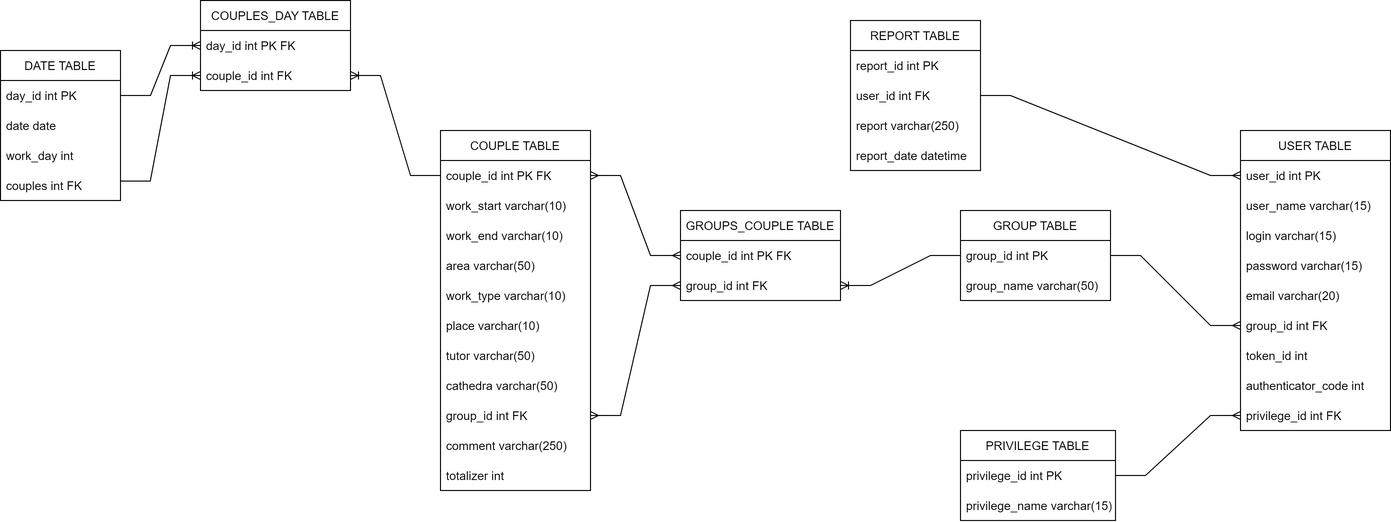
The draw.io diagram BackendApi/БД.drawio.png in MuivTimetable/-Documentation, before a commit. Source tidied: cells renumbered, new cells last; positions are measured from the earlier drawing's top-left corner, leaving out a move shared by most shapes. The source it was exported from:
```xml
<mxGraphModel>
  <root>
    <mxCell id="0" />
    <mxCell id="1" parent="0" />
    <mxCell id="2" value="DATE TABLE" style="swimlane;fontStyle=0;horizontal=1;startSize=30;" parent="1" vertex="1">
      <mxGeometry y="50" width="120" height="150" as="geometry" />
    </mxCell>
    <mxCell id="3" value="day_id int PK" style="text;strokeColor=none;fillColor=none;align=left;verticalAlign=middle;spacingLeft=4;spacingRight=4;overflow=hidden;points=[[0,0.5],[1,0.5]];portConstraint=eastwest;" parent="2" vertex="1">
      <mxGeometry y="30" width="120" height="30" as="geometry" />
    </mxCell>
    <mxCell id="4" value="date date" style="text;strokeColor=none;fillColor=none;align=left;verticalAlign=middle;spacingLeft=4;spacingRight=4;overflow=hidden;" parent="2" vertex="1">
      <mxGeometry y="60" width="120" height="30" as="geometry" />
    </mxCell>
    <mxCell id="5" value="work_day int" style="text;strokeColor=none;fillColor=none;align=left;verticalAlign=middle;spacingLeft=4;spacingRight=4;overflow=hidden;" parent="2" vertex="1">
      <mxGeometry y="90" width="120" height="30" as="geometry" />
    </mxCell>
    <mxCell id="6" value="couples int FK" style="text;strokeColor=none;fillColor=none;align=left;verticalAlign=middle;spacingLeft=4;spacingRight=4;overflow=hidden;points=[[0,0.5],[1,0.5]];portConstraint=eastwest;" parent="2" vertex="1">
      <mxGeometry y="120" width="120" height="30" as="geometry" />
    </mxCell>
    <mxCell id="7" value="COUPLES_DAY TABLE" style="swimlane;fontStyle=0;horizontal=1;startSize=30;" parent="1" vertex="1">
      <mxGeometry x="200" width="150" height="90" as="geometry" />
    </mxCell>
    <mxCell id="8" value="day_id int PK FK" style="text;strokeColor=none;fillColor=none;align=left;verticalAlign=middle;spacingLeft=4;spacingRight=4;overflow=hidden;points=[[0,0.5],[1,0.5]];portConstraint=eastwest;" parent="7" vertex="1">
      <mxGeometry y="30" width="150" height="30" as="geometry" />
    </mxCell>
    <mxCell id="9" value="couple_id int FK" style="text;strokeColor=none;fillColor=none;align=left;verticalAlign=middle;spacingLeft=4;spacingRight=4;overflow=hidden;points=[[0,0.5],[1,0.5]];portConstraint=eastwest;" parent="7" vertex="1">
      <mxGeometry y="60" width="150" height="30" as="geometry" />
    </mxCell>
    <mxCell id="10" value="COUPLE TABLE" style="swimlane;fontStyle=0;horizontal=1;startSize=30;" parent="1" vertex="1">
      <mxGeometry x="440" y="130" width="150" height="360" as="geometry" />
    </mxCell>
    <mxCell id="11" value="couple_id int PK FK" style="text;strokeColor=none;fillColor=none;align=left;verticalAlign=middle;spacingLeft=4;spacingRight=4;overflow=hidden;points=[[0,0.5],[1,0.5]];portConstraint=eastwest;" parent="10" vertex="1">
      <mxGeometry y="30" width="150" height="30" as="geometry" />
    </mxCell>
    <mxCell id="12" value="work_start varchar(10)" style="text;strokeColor=none;fillColor=none;align=left;verticalAlign=middle;spacingLeft=4;spacingRight=4;overflow=hidden;" parent="10" vertex="1">
      <mxGeometry y="60" width="150" height="30" as="geometry" />
    </mxCell>
    <mxCell id="13" value="work_end varchar(10)" style="text;strokeColor=none;fillColor=none;align=left;verticalAlign=middle;spacingLeft=4;spacingRight=4;overflow=hidden;" parent="10" vertex="1">
      <mxGeometry y="90" width="150" height="30" as="geometry" />
    </mxCell>
    <mxCell id="14" value="area varchar(50)" style="text;strokeColor=none;fillColor=none;align=left;verticalAlign=middle;spacingLeft=4;spacingRight=4;overflow=hidden;" parent="10" vertex="1">
      <mxGeometry y="120" width="150" height="30" as="geometry" />
    </mxCell>
    <mxCell id="15" value="work_type varchar(10)" style="text;strokeColor=none;fillColor=none;align=left;verticalAlign=middle;spacingLeft=4;spacingRight=4;overflow=hidden;" parent="10" vertex="1">
      <mxGeometry y="150" width="150" height="30" as="geometry" />
    </mxCell>
    <mxCell id="16" value="place varchar(10)" style="text;strokeColor=none;fillColor=none;align=left;verticalAlign=middle;spacingLeft=4;spacingRight=4;overflow=hidden;" parent="10" vertex="1">
      <mxGeometry y="180" width="150" height="30" as="geometry" />
    </mxCell>
    <mxCell id="17" value="tutor varchar(50)" style="text;strokeColor=none;fillColor=none;align=left;verticalAlign=middle;spacingLeft=4;spacingRight=4;overflow=hidden;" parent="10" vertex="1">
      <mxGeometry y="210" width="150" height="30" as="geometry" />
    </mxCell>
    <mxCell id="18" value="cathedra varchar(50)" style="text;strokeColor=none;fillColor=none;align=left;verticalAlign=middle;spacingLeft=4;spacingRight=4;overflow=hidden;" parent="10" vertex="1">
      <mxGeometry y="240" width="150" height="30" as="geometry" />
    </mxCell>
    <mxCell id="19" value="group_id int FK" style="text;strokeColor=none;fillColor=none;align=left;verticalAlign=middle;spacingLeft=4;spacingRight=4;overflow=hidden;points=[[0,0.5],[1,0.5]];portConstraint=eastwest;" parent="10" vertex="1">
      <mxGeometry y="270" width="150" height="30" as="geometry" />
    </mxCell>
    <mxCell id="20" value="comment varchar(250)" style="text;strokeColor=none;fillColor=none;align=left;verticalAlign=middle;spacingLeft=4;spacingRight=4;overflow=hidden;" parent="10" vertex="1">
      <mxGeometry y="300" width="150" height="30" as="geometry" />
    </mxCell>
    <mxCell id="21" value="totalizer int" style="text;strokeColor=none;fillColor=none;align=left;verticalAlign=middle;spacingLeft=4;spacingRight=4;overflow=hidden;" parent="10" vertex="1">
      <mxGeometry y="330" width="150" height="30" as="geometry" />
    </mxCell>
    <mxCell id="22" value="GROUPS_COUPLE TABLE" style="swimlane;fontStyle=0;horizontal=1;startSize=30;" parent="1" vertex="1">
      <mxGeometry x="680" y="210" width="160" height="90" as="geometry" />
    </mxCell>
    <mxCell id="23" value="couple_id int PK FK" style="text;strokeColor=none;fillColor=none;align=left;verticalAlign=middle;spacingLeft=4;spacingRight=4;overflow=hidden;points=[[0,0.5],[1,0.5]];portConstraint=eastwest;" parent="22" vertex="1">
      <mxGeometry y="30" width="160" height="30" as="geometry" />
    </mxCell>
    <mxCell id="24" value="group_id int FK" style="text;strokeColor=none;fillColor=none;align=left;verticalAlign=middle;spacingLeft=4;spacingRight=4;overflow=hidden;points=[[0,0.5],[1,0.5]];portConstraint=eastwest;" parent="22" vertex="1">
      <mxGeometry y="60" width="160" height="30" as="geometry" />
    </mxCell>
    <mxCell id="25" value="GROUP TABLE" style="swimlane;fontStyle=0;horizontal=1;startSize=30;" parent="1" vertex="1">
      <mxGeometry x="960" y="210" width="150" height="90" as="geometry" />
    </mxCell>
    <mxCell id="26" value="group_id int PK" style="text;strokeColor=none;fillColor=none;align=left;verticalAlign=middle;spacingLeft=4;spacingRight=4;overflow=hidden;points=[[0,0.5],[1,0.5]];portConstraint=eastwest;" parent="25" vertex="1">
      <mxGeometry y="30" width="150" height="30" as="geometry" />
    </mxCell>
    <mxCell id="27" value="group_name varchar(50)" style="text;strokeColor=none;fillColor=none;align=left;verticalAlign=middle;spacingLeft=4;spacingRight=4;overflow=hidden;" parent="25" vertex="1">
      <mxGeometry y="60" width="150" height="30" as="geometry" />
    </mxCell>
    <mxCell id="28" value="USER TABLE" style="swimlane;fontStyle=0;horizontal=1;startSize=30;" parent="1" vertex="1">
      <mxGeometry x="1240" y="130" width="150" height="300" as="geometry" />
    </mxCell>
    <mxCell id="29" value="user_id int PK" style="text;strokeColor=none;fillColor=none;align=left;verticalAlign=middle;spacingLeft=4;spacingRight=4;overflow=hidden;points=[[0,0.5],[1,0.5]];portConstraint=eastwest;" parent="28" vertex="1">
      <mxGeometry y="30" width="150" height="30" as="geometry" />
    </mxCell>
    <mxCell id="30" value="user_name varchar(15)" style="text;strokeColor=none;fillColor=none;align=left;verticalAlign=middle;spacingLeft=4;spacingRight=4;overflow=hidden;" parent="28" vertex="1">
      <mxGeometry y="60" width="150" height="30" as="geometry" />
    </mxCell>
    <mxCell id="31" value="login varchar(15)" style="text;strokeColor=none;fillColor=none;align=left;verticalAlign=middle;spacingLeft=4;spacingRight=4;overflow=hidden;" parent="28" vertex="1">
      <mxGeometry y="90" width="150" height="30" as="geometry" />
    </mxCell>
    <mxCell id="32" value="password varchar(15)" style="text;strokeColor=none;fillColor=none;align=left;verticalAlign=middle;spacingLeft=4;spacingRight=4;overflow=hidden;" parent="28" vertex="1">
      <mxGeometry y="120" width="150" height="30" as="geometry" />
    </mxCell>
    <mxCell id="33" value="email varchar(20)" style="text;strokeColor=none;fillColor=none;align=left;verticalAlign=middle;spacingLeft=4;spacingRight=4;overflow=hidden;" parent="28" vertex="1">
      <mxGeometry y="150" width="150" height="30" as="geometry" />
    </mxCell>
    <mxCell id="34" value="group_id int FK" style="text;strokeColor=none;fillColor=none;align=left;verticalAlign=middle;spacingLeft=4;spacingRight=4;overflow=hidden;points=[[0,0.5],[1,0.5]];portConstraint=eastwest;" parent="28" vertex="1">
      <mxGeometry y="180" width="150" height="30" as="geometry" />
    </mxCell>
    <mxCell id="35" value="token_id int" style="text;strokeColor=none;fillColor=none;align=left;verticalAlign=middle;spacingLeft=4;spacingRight=4;overflow=hidden;" parent="28" vertex="1">
      <mxGeometry y="210" width="150" height="30" as="geometry" />
    </mxCell>
    <mxCell id="36" value="authenticator_code int" style="text;strokeColor=none;fillColor=none;align=left;verticalAlign=middle;spacingLeft=4;spacingRight=4;overflow=hidden;" parent="28" vertex="1">
      <mxGeometry y="240" width="150" height="30" as="geometry" />
    </mxCell>
    <mxCell id="37" value="privilege_id int FK" style="text;strokeColor=none;fillColor=none;align=left;verticalAlign=middle;spacingLeft=4;spacingRight=4;overflow=hidden;points=[[0,0.5],[1,0.5]];portConstraint=eastwest;" parent="28" vertex="1">
      <mxGeometry y="270" width="150" height="30" as="geometry" />
    </mxCell>
    <mxCell id="38" value="REPORT TABLE" style="swimlane;fontStyle=0;horizontal=1;startSize=30;" parent="1" vertex="1">
      <mxGeometry x="850" y="20" width="130" height="150" as="geometry" />
    </mxCell>
    <mxCell id="39" value="report_id int PK" style="text;strokeColor=none;fillColor=none;align=left;verticalAlign=middle;spacingLeft=4;spacingRight=4;overflow=hidden;" parent="38" vertex="1">
      <mxGeometry y="30" width="130" height="30" as="geometry" />
    </mxCell>
    <mxCell id="40" value="user_id int FK" style="text;strokeColor=none;fillColor=none;align=left;verticalAlign=middle;spacingLeft=4;spacingRight=4;overflow=hidden;points=[[0,0.5],[1,0.5]];portConstraint=eastwest;" parent="38" vertex="1">
      <mxGeometry y="60" width="130" height="30" as="geometry" />
    </mxCell>
    <mxCell id="41" value="report varchar(250)" style="text;strokeColor=none;fillColor=none;align=left;verticalAlign=middle;spacingLeft=4;spacingRight=4;overflow=hidden;" parent="38" vertex="1">
      <mxGeometry y="90" width="130" height="30" as="geometry" />
    </mxCell>
    <mxCell id="42" value="report_date datetime" style="text;strokeColor=none;fillColor=none;align=left;verticalAlign=middle;spacingLeft=4;spacingRight=4;overflow=hidden;" parent="38" vertex="1">
      <mxGeometry y="120" width="130" height="30" as="geometry" />
    </mxCell>
    <mxCell id="43" value="PRIVILEGE TABLE" style="swimlane;fontStyle=0;horizontal=1;startSize=30;" parent="1" vertex="1">
      <mxGeometry x="960" y="430" width="155" height="90" as="geometry" />
    </mxCell>
    <mxCell id="44" value="privilege_id int PK" style="text;strokeColor=none;fillColor=none;align=left;verticalAlign=middle;spacingLeft=4;spacingRight=4;overflow=hidden;points=[[0,0.5],[1,0.5]];portConstraint=eastwest;" parent="43" vertex="1">
      <mxGeometry y="30" width="155" height="30" as="geometry" />
    </mxCell>
    <mxCell id="45" value="privilege_name varchar(15)" style="text;strokeColor=none;fillColor=none;align=left;verticalAlign=middle;spacingLeft=4;spacingRight=4;overflow=hidden;" parent="43" vertex="1">
      <mxGeometry y="60" width="155" height="30" as="geometry" />
    </mxCell>
    <mxCell id="46" style="edgeStyle=entityRelationEdgeStyle;fontSize=12;html=1;endArrow=ERmany;startArrow=ERmany;rounded=0;exitX=1;exitY=0.5;exitDx=0;exitDy=0;entryX=0;entryY=0.5;entryDx=0;entryDy=0;" parent="1" edge="1" source="11" target="23">
      <mxGeometry relative="1" as="geometry" />
    </mxCell>
    <mxCell id="47" style="edgeStyle=entityRelationEdgeStyle;fontSize=12;html=1;endArrow=ERmany;startArrow=ERmany;rounded=0;exitX=1;exitY=0.5;exitDx=0;exitDy=0;entryX=0;entryY=0.5;entryDx=0;entryDy=0;" parent="1" edge="1" source="19" target="24">
      <mxGeometry relative="1" as="geometry" />
    </mxCell>
    <mxCell id="48" style="edgeStyle=entityRelationEdgeStyle;fontSize=12;html=1;endArrow=ERoneToMany;rounded=0;entryX=1;entryY=0.5;entryDx=0;entryDy=0;exitX=0;exitY=0.5;exitDx=0;exitDy=0;" parent="1" edge="1" source="11" target="9">
      <mxGeometry relative="1" as="geometry" />
    </mxCell>
    <mxCell id="49" style="edgeStyle=entityRelationEdgeStyle;fontSize=12;html=1;endArrow=ERoneToMany;rounded=0;exitX=1;exitY=0.5;exitDx=0;exitDy=0;entryX=0;entryY=0.5;entryDx=0;entryDy=0;" parent="1" edge="1" source="3" target="8">
      <mxGeometry relative="1" as="geometry" />
    </mxCell>
    <mxCell id="50" style="edgeStyle=entityRelationEdgeStyle;fontSize=12;html=1;endArrow=ERoneToMany;rounded=0;exitX=0.998;exitY=0.352;exitDx=0;exitDy=0;entryX=0;entryY=0.5;entryDx=0;entryDy=0;exitPerimeter=0;" parent="1" edge="1" source="6" target="9">
      <mxGeometry relative="1" as="geometry" />
    </mxCell>
    <mxCell id="51" style="edgeStyle=entityRelationEdgeStyle;fontSize=12;html=1;endArrow=ERoneToMany;rounded=0;exitX=0;exitY=0.5;exitDx=0;exitDy=0;entryX=1;entryY=0.5;entryDx=0;entryDy=0;" parent="1" edge="1" source="26" target="24">
      <mxGeometry relative="1" as="geometry" />
    </mxCell>
    <mxCell id="52" style="edgeStyle=entityRelationEdgeStyle;fontSize=12;html=1;endArrow=ERmany;rounded=0;exitX=1;exitY=0.5;exitDx=0;exitDy=0;entryX=0;entryY=0.5;entryDx=0;entryDy=0;" parent="1" edge="1" source="26" target="34">
      <mxGeometry relative="1" as="geometry" />
    </mxCell>
    <mxCell id="53" style="edgeStyle=entityRelationEdgeStyle;fontSize=12;html=1;endArrow=ERmany;rounded=0;exitX=1;exitY=0.5;exitDx=0;exitDy=0;entryX=0;entryY=0.5;entryDx=0;entryDy=0;" parent="1" edge="1" source="44" target="37">
      <mxGeometry relative="1" as="geometry" />
    </mxCell>
    <mxCell id="54" style="edgeStyle=entityRelationEdgeStyle;fontSize=12;html=1;endArrow=ERmany;rounded=0;exitX=1;exitY=0.5;exitDx=0;exitDy=0;entryX=0;entryY=0.5;entryDx=0;entryDy=0;" parent="1" edge="1" source="40" target="29">
      <mxGeometry relative="1" as="geometry" />
    </mxCell>
  </root>
</mxGraphModel>
```
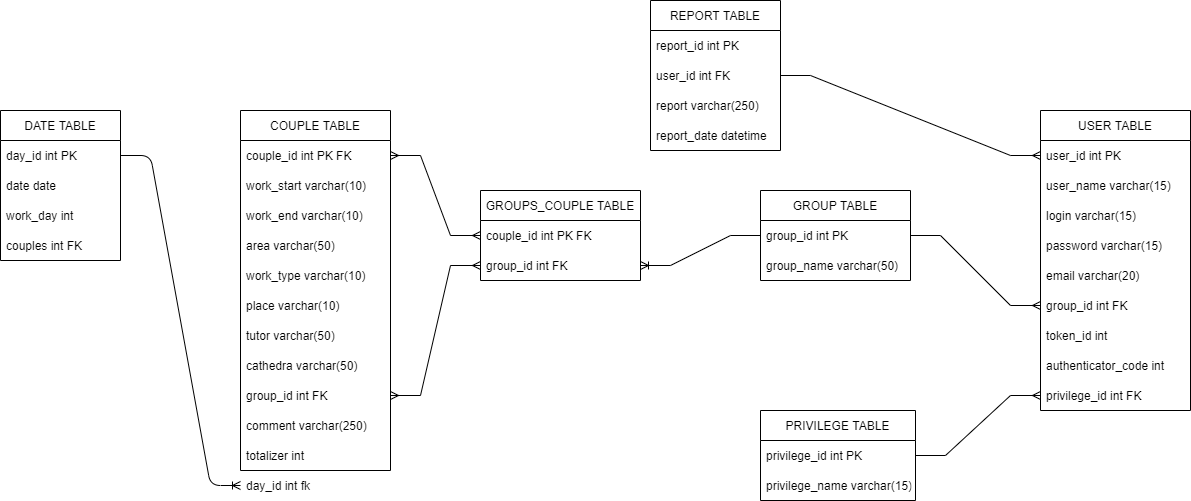
The same file after the commit.

Diff of the diagram source:
```diff
@@ -3,7 +3,7 @@
     <mxCell id="0" />
     <mxCell id="1" parent="0" />
     <mxCell id="2" value="DATE TABLE" style="swimlane;fontStyle=0;horizontal=1;startSize=30;" parent="1" vertex="1">
-      <mxGeometry y="50" width="120" height="150" as="geometry" />
+      <mxGeometry x="200" y="130" width="120" height="150" as="geometry" />
     </mxCell>
     <mxCell id="3" value="day_id int PK" style="text;strokeColor=none;fillColor=none;align=left;verticalAlign=middle;spacingLeft=4;spacingRight=4;overflow=hidden;points=[[0,0.5],[1,0.5]];portConstraint=eastwest;" parent="2" vertex="1">
       <mxGeometry y="30" width="120" height="30" as="geometry" />
@@ -17,16 +17,7 @@
     <mxCell id="6" value="couples int FK" style="text;strokeColor=none;fillColor=none;align=left;verticalAlign=middle;spacingLeft=4;spacingRight=4;overflow=hidden;points=[[0,0.5],[1,0.5]];portConstraint=eastwest;" parent="2" vertex="1">
       <mxGeometry y="120" width="120" height="30" as="geometry" />
     </mxCell>
-    <mxCell id="7" value="COUPLES_DAY TABLE" style="swimlane;fontStyle=0;horizontal=1;startSize=30;" parent="1" vertex="1">
-      <mxGeometry x="200" width="150" height="90" as="geometry" />
-    </mxCell>
-    <mxCell id="8" value="day_id int PK FK" style="text;strokeColor=none;fillColor=none;align=left;verticalAlign=middle;spacingLeft=4;spacingRight=4;overflow=hidden;points=[[0,0.5],[1,0.5]];portConstraint=eastwest;" parent="7" vertex="1">
-      <mxGeometry y="30" width="150" height="30" as="geometry" />
-    </mxCell>
-    <mxCell id="9" value="couple_id int FK" style="text;strokeColor=none;fillColor=none;align=left;verticalAlign=middle;spacingLeft=4;spacingRight=4;overflow=hidden;points=[[0,0.5],[1,0.5]];portConstraint=eastwest;" parent="7" vertex="1">
-      <mxGeometry y="60" width="150" height="30" as="geometry" />
-    </mxCell>
-    <mxCell id="10" value="COUPLE TABLE" style="swimlane;fontStyle=0;horizontal=1;startSize=30;" parent="1" vertex="1">
+    <mxCell id="10" value="COUPLE TABLE" style="swimlane;fontStyle=0;horizontal=1;startSize=30;arcSize=15;rounded=0;shadow=0;sketch=0;glass=0;" parent="1" vertex="1">
       <mxGeometry x="440" y="130" width="150" height="360" as="geometry" />
     </mxCell>
     <mxCell id="11" value="couple_id int PK FK" style="text;strokeColor=none;fillColor=none;align=left;verticalAlign=middle;spacingLeft=4;spacingRight=4;overflow=hidden;points=[[0,0.5],[1,0.5]];portConstraint=eastwest;" parent="10" vertex="1">
@@ -140,15 +131,6 @@
     <mxCell id="47" style="edgeStyle=entityRelationEdgeStyle;fontSize=12;html=1;endArrow=ERmany;startArrow=ERmany;rounded=0;exitX=1;exitY=0.5;exitDx=0;exitDy=0;entryX=0;entryY=0.5;entryDx=0;entryDy=0;" parent="1" edge="1" source="19" target="24">
       <mxGeometry relative="1" as="geometry" />
     </mxCell>
-    <mxCell id="48" style="edgeStyle=entityRelationEdgeStyle;fontSize=12;html=1;endArrow=ERoneToMany;rounded=0;entryX=1;entryY=0.5;entryDx=0;entryDy=0;exitX=0;exitY=0.5;exitDx=0;exitDy=0;" parent="1" edge="1" source="11" target="9">
-      <mxGeometry relative="1" as="geometry" />
-    </mxCell>
-    <mxCell id="49" style="edgeStyle=entityRelationEdgeStyle;fontSize=12;html=1;endArrow=ERoneToMany;rounded=0;exitX=1;exitY=0.5;exitDx=0;exitDy=0;entryX=0;entryY=0.5;entryDx=0;entryDy=0;" parent="1" edge="1" source="3" target="8">
-      <mxGeometry relative="1" as="geometry" />
-    </mxCell>
-    <mxCell id="50" style="edgeStyle=entityRelationEdgeStyle;fontSize=12;html=1;endArrow=ERoneToMany;rounded=0;exitX=0.998;exitY=0.352;exitDx=0;exitDy=0;entryX=0;entryY=0.5;entryDx=0;entryDy=0;exitPerimeter=0;" parent="1" edge="1" source="6" target="9">
-      <mxGeometry relative="1" as="geometry" />
-    </mxCell>
     <mxCell id="51" style="edgeStyle=entityRelationEdgeStyle;fontSize=12;html=1;endArrow=ERoneToMany;rounded=0;exitX=0;exitY=0.5;exitDx=0;exitDy=0;entryX=1;entryY=0.5;entryDx=0;entryDy=0;" parent="1" edge="1" source="26" target="24">
       <mxGeometry relative="1" as="geometry" />
     </mxCell>
@@ -161,5 +143,11 @@
     <mxCell id="54" style="edgeStyle=entityRelationEdgeStyle;fontSize=12;html=1;endArrow=ERmany;rounded=0;exitX=1;exitY=0.5;exitDx=0;exitDy=0;entryX=0;entryY=0.5;entryDx=0;entryDy=0;" parent="1" edge="1" source="40" target="29">
       <mxGeometry relative="1" as="geometry" />
     </mxCell>
+    <mxCell id="55" style="edgeStyle=entityRelationEdgeStyle;fontSize=12;html=1;endArrow=ERoneToMany;exitX=1;exitY=0.5;exitDx=0;exitDy=0;entryX=0;entryY=0.5;entryDx=0;entryDy=0;" parent="1" edge="1" source="3" target="56">
+      <mxGeometry relative="1" as="geometry" />
+    </mxCell>
+    <mxCell id="56" value="day_id int fk" style="text;strokeColor=none;fillColor=none;align=left;verticalAlign=middle;spacingLeft=4;spacingRight=4;overflow=hidden;points=[[0,0.5],[1,0.5]];portConstraint=eastwest;" parent="1" vertex="1">
+      <mxGeometry x="440" y="490" width="150" height="30" as="geometry" />
+    </mxCell>
   </root>
 </mxGraphModel>
```
